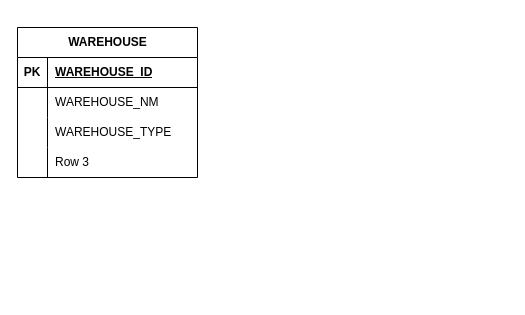
Before: Biểu đồ không có tiêu đề.drawio in HangthuyNgth/-WEBSITE-My_Wardrobe, a draw.io diagram. Source tidied: cells renumbered, new cells numbered last; positions are measured from the earlier drawing's top-left corner, leaving out a move shared by most shapes. Both pictures are drawn from the tidied source at 100%, with x=0, y=0 at pixel (17, 27).
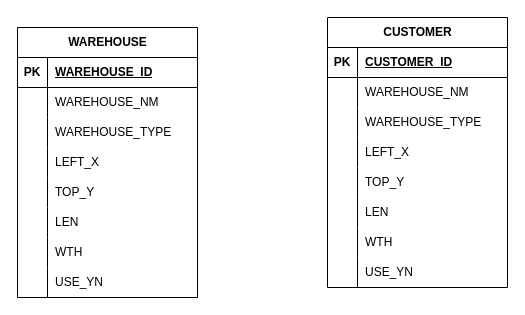
Above is the later version.

Commit message:
Cập nhật Biểu đồ không có tiêu đề.drawio

Unchanged cells that the change refers to:
```xml
<mxCell id="12" style="shape=tableRow;horizontal=0;startSize=0;swimlaneHead=0;swimlaneBody=0;fillColor=none;top=0;left=0;right=0;bottom=0;" parent="2" vertex="1">
  <mxGeometry y="120" width="180" height="30" as="geometry" />
</mxCell>
```

Diff of the diagram source:
```diff
@@
     <mxCell id="2" value="WAREHOUSE" style="shape=table;startSize=30;childLayout=tableLayout;rowLines=0;fontStyle=1;align=center;html=1;" parent="1" vertex="1">
-      <mxGeometry width="180" height="150" as="geometry" />
+      <mxGeometry width="180" height="270" as="geometry" />
     </mxCell>
@@
-    <mxCell id="14" value="Row 3" style="shape=partialRectangle;fillColor=none;top=0;left=0;bottom=0;right=0;align=left;spacingLeft=6;overflow=hidden;whiteSpace=wrap;html=1;" parent="12" vertex="1">
+    <mxCell id="14" value="LEFT_X" style="shape=partialRectangle;fillColor=none;top=0;left=0;bottom=0;right=0;align=left;spacingLeft=6;overflow=hidden;whiteSpace=wrap;html=1;" parent="12" vertex="1">
       <mxGeometry x="30" width="150" height="30" as="geometry" />
     </mxCell>
+    <mxCell id="15" style="shape=tableRow;horizontal=0;startSize=0;swimlaneHead=0;swimlaneBody=0;fillColor=none;top=0;left=0;right=0;bottom=0;" parent="2" vertex="1">
+      <mxGeometry y="150" width="180" height="30" as="geometry" />
+    </mxCell>
+    <mxCell id="16" style="shape=partialRectangle;fillColor=none;top=0;left=0;bottom=0;right=0;overflow=hidden;whiteSpace=wrap;html=1;" parent="15" vertex="1">
+      <mxGeometry width="30" height="30" as="geometry" />
+    </mxCell>
+    <mxCell id="17" value="TOP_Y" style="shape=partialRectangle;fillColor=none;top=0;left=0;bottom=0;right=0;align=left;spacingLeft=6;overflow=hidden;whiteSpace=wrap;html=1;" parent="15" vertex="1">
+      <mxGeometry x="30" width="150" height="30" as="geometry" />
+    </mxCell>
+    <mxCell id="18" style="shape=tableRow;horizontal=0;startSize=0;swimlaneHead=0;swimlaneBody=0;fillColor=none;top=0;left=0;right=0;bottom=0;" parent="2" vertex="1">
+      <mxGeometry y="180" width="180" height="30" as="geometry" />
+    </mxCell>
+    <mxCell id="19" style="shape=partialRectangle;fillColor=none;top=0;left=0;bottom=0;right=0;overflow=hidden;whiteSpace=wrap;html=1;" parent="18" vertex="1">
+      <mxGeometry width="30" height="30" as="geometry" />
+    </mxCell>
+    <mxCell id="20" value="LEN" style="shape=partialRectangle;fillColor=none;top=0;left=0;bottom=0;right=0;align=left;spacingLeft=6;overflow=hidden;whiteSpace=wrap;html=1;" parent="18" vertex="1">
+      <mxGeometry x="30" width="150" height="30" as="geometry" />
+    </mxCell>
+    <mxCell id="21" style="shape=tableRow;horizontal=0;startSize=0;swimlaneHead=0;swimlaneBody=0;fillColor=none;top=0;left=0;right=0;bottom=0;" parent="2" vertex="1">
+      <mxGeometry y="210" width="180" height="30" as="geometry" />
+    </mxCell>
+    <mxCell id="22" style="shape=partialRectangle;fillColor=none;top=0;left=0;bottom=0;right=0;overflow=hidden;whiteSpace=wrap;html=1;" parent="21" vertex="1">
+      <mxGeometry width="30" height="30" as="geometry" />
+    </mxCell>
+    <mxCell id="23" value="WTH" style="shape=partialRectangle;fillColor=none;top=0;left=0;bottom=0;right=0;align=left;spacingLeft=6;overflow=hidden;whiteSpace=wrap;html=1;" parent="21" vertex="1">
+      <mxGeometry x="30" width="150" height="30" as="geometry" />
+    </mxCell>
+    <mxCell id="24" style="shape=tableRow;horizontal=0;startSize=0;swimlaneHead=0;swimlaneBody=0;fillColor=none;top=0;left=0;right=0;bottom=0;" parent="2" vertex="1">
+      <mxGeometry y="240" width="180" height="30" as="geometry" />
+    </mxCell>
+    <mxCell id="25" style="shape=partialRectangle;fillColor=none;top=0;left=0;bottom=0;right=0;overflow=hidden;whiteSpace=wrap;html=1;" parent="24" vertex="1">
+      <mxGeometry width="30" height="30" as="geometry" />
+    </mxCell>
+    <mxCell id="26" value="USE_YN" style="shape=partialRectangle;fillColor=none;top=0;left=0;bottom=0;right=0;align=left;spacingLeft=6;overflow=hidden;whiteSpace=wrap;html=1;" parent="24" vertex="1">
+      <mxGeometry x="30" width="150" height="30" as="geometry" />
+    </mxCell>
+    <mxCell id="27" value="CUSTOMER" style="shape=table;startSize=30;childLayout=tableLayout;rowLines=0;fontStyle=1;align=center;html=1;" parent="1" vertex="1">
+      <mxGeometry x="310" y="-10" width="180" height="270" as="geometry" />
+    </mxCell>
+    <mxCell id="28" style="shape=tableRow;horizontal=0;startSize=0;swimlaneHead=0;swimlaneBody=0;fillColor=none;top=0;left=0;right=0;bottom=1;" parent="27" vertex="1">
+      <mxGeometry y="30" width="180" height="30" as="geometry" />
+    </mxCell>
+    <mxCell id="29" value="PK" style="shape=partialRectangle;fillColor=none;top=0;left=0;bottom=0;right=0;fontStyle=1;overflow=hidden;whiteSpace=wrap;html=1;" parent="28" vertex="1">
+      <mxGeometry width="30" height="30" as="geometry" />
+    </mxCell>
+    <mxCell id="30" value="&lt;span style=&quot;text-align: center; white-space: nowrap;&quot;&gt;CUSTOMER&lt;/span&gt;_ID" style="shape=partialRectangle;fillColor=none;top=0;left=0;bottom=0;right=0;align=left;spacingLeft=6;fontStyle=5;overflow=hidden;whiteSpace=wrap;html=1;" parent="28" vertex="1">
+      <mxGeometry x="30" width="150" height="30" as="geometry" />
+    </mxCell>
+    <mxCell id="31" style="shape=tableRow;horizontal=0;startSize=0;swimlaneHead=0;swimlaneBody=0;fillColor=none;top=0;left=0;right=0;bottom=0;" parent="27" vertex="1">
+      <mxGeometry y="60" width="180" height="30" as="geometry" />
+    </mxCell>
+    <mxCell id="32" style="shape=partialRectangle;fillColor=none;top=0;left=0;bottom=0;right=0;overflow=hidden;whiteSpace=wrap;html=1;" parent="31" vertex="1">
+      <mxGeometry width="30" height="30" as="geometry" />
+    </mxCell>
+    <mxCell id="33" value="&lt;span style=&quot;text-align: center; white-space: nowrap;&quot;&gt;WAREHOUSE&lt;/span&gt;_NM" style="shape=partialRectangle;fillColor=none;top=0;left=0;bottom=0;right=0;align=left;spacingLeft=6;overflow=hidden;whiteSpace=wrap;html=1;" parent="31" vertex="1">
+      <mxGeometry x="30" width="150" height="30" as="geometry" />
+    </mxCell>
+    <mxCell id="34" style="shape=tableRow;horizontal=0;startSize=0;swimlaneHead=0;swimlaneBody=0;fillColor=none;top=0;left=0;right=0;bottom=0;" parent="27" vertex="1">
+      <mxGeometry y="90" width="180" height="30" as="geometry" />
+    </mxCell>
+    <mxCell id="35" style="shape=partialRectangle;fillColor=none;top=0;left=0;bottom=0;right=0;overflow=hidden;whiteSpace=wrap;html=1;" parent="34" vertex="1">
+      <mxGeometry width="30" height="30" as="geometry" />
+    </mxCell>
+    <mxCell id="36" value="&lt;div style=&quot;text-align: center;&quot;&gt;&lt;span style=&quot;background-color: transparent; color: light-dark(rgb(0, 0, 0), rgb(255, 255, 255)); text-wrap-mode: nowrap;&quot;&gt;WAREHOUSE_TYPE&lt;/span&gt;&lt;/div&gt;" style="shape=partialRectangle;fillColor=none;top=0;left=0;bottom=0;right=0;align=left;spacingLeft=6;overflow=hidden;whiteSpace=wrap;html=1;" parent="34" vertex="1">
+      <mxGeometry x="30" width="150" height="30" as="geometry" />
+    </mxCell>
+    <mxCell id="37" style="shape=tableRow;horizontal=0;startSize=0;swimlaneHead=0;swimlaneBody=0;fillColor=none;top=0;left=0;right=0;bottom=0;" parent="27" vertex="1">
+      <mxGeometry y="120" width="180" height="30" as="geometry" />
+    </mxCell>
+    <mxCell id="38" style="shape=partialRectangle;fillColor=none;top=0;left=0;bottom=0;right=0;overflow=hidden;whiteSpace=wrap;html=1;" parent="37" vertex="1">
+      <mxGeometry width="30" height="30" as="geometry" />
+    </mxCell>
+    <mxCell id="39" value="LEFT_X" style="shape=partialRectangle;fillColor=none;top=0;left=0;bottom=0;right=0;align=left;spacingLeft=6;overflow=hidden;whiteSpace=wrap;html=1;" parent="37" vertex="1">
+      <mxGeometry x="30" width="150" height="30" as="geometry" />
+    </mxCell>
+    <mxCell id="40" style="shape=tableRow;horizontal=0;startSize=0;swimlaneHead=0;swimlaneBody=0;fillColor=none;top=0;left=0;right=0;bottom=0;" parent="27" vertex="1">
+      <mxGeometry y="150" width="180" height="30" as="geometry" />
+    </mxCell>
+    <mxCell id="41" style="shape=partialRectangle;fillColor=none;top=0;left=0;bottom=0;right=0;overflow=hidden;whiteSpace=wrap;html=1;" parent="40" vertex="1">
+      <mxGeometry width="30" height="30" as="geometry" />
+    </mxCell>
+    <mxCell id="42" value="TOP_Y" style="shape=partialRectangle;fillColor=none;top=0;left=0;bottom=0;right=0;align=left;spacingLeft=6;overflow=hidden;whiteSpace=wrap;html=1;" parent="40" vertex="1">
+      <mxGeometry x="30" width="150" height="30" as="geometry" />
+    </mxCell>
+    <mxCell id="43" style="shape=tableRow;horizontal=0;startSize=0;swimlaneHead=0;swimlaneBody=0;fillColor=none;top=0;left=0;right=0;bottom=0;" parent="27" vertex="1">
+      <mxGeometry y="180" width="180" height="30" as="geometry" />
+    </mxCell>
+    <mxCell id="44" style="shape=partialRectangle;fillColor=none;top=0;left=0;bottom=0;right=0;overflow=hidden;whiteSpace=wrap;html=1;" parent="43" vertex="1">
+      <mxGeometry width="30" height="30" as="geometry" />
+    </mxCell>
+    <mxCell id="45" value="LEN" style="shape=partialRectangle;fillColor=none;top=0;left=0;bottom=0;right=0;align=left;spacingLeft=6;overflow=hidden;whiteSpace=wrap;html=1;" parent="43" vertex="1">
+      <mxGeometry x="30" width="150" height="30" as="geometry" />
+    </mxCell>
+    <mxCell id="46" style="shape=tableRow;horizontal=0;startSize=0;swimlaneHead=0;swimlaneBody=0;fillColor=none;top=0;left=0;right=0;bottom=0;" parent="27" vertex="1">
+      <mxGeometry y="210" width="180" height="30" as="geometry" />
+    </mxCell>
+    <mxCell id="47" style="shape=partialRectangle;fillColor=none;top=0;left=0;bottom=0;right=0;overflow=hidden;whiteSpace=wrap;html=1;" parent="46" vertex="1">
+      <mxGeometry width="30" height="30" as="geometry" />
+    </mxCell>
+    <mxCell id="48" value="WTH" style="shape=partialRectangle;fillColor=none;top=0;left=0;bottom=0;right=0;align=left;spacingLeft=6;overflow=hidden;whiteSpace=wrap;html=1;" parent="46" vertex="1">
+      <mxGeometry x="30" width="150" height="30" as="geometry" />
+    </mxCell>
+    <mxCell id="49" style="shape=tableRow;horizontal=0;startSize=0;swimlaneHead=0;swimlaneBody=0;fillColor=none;top=0;left=0;right=0;bottom=0;" parent="27" vertex="1">
+      <mxGeometry y="240" width="180" height="30" as="geometry" />
+    </mxCell>
+    <mxCell id="50" style="shape=partialRectangle;fillColor=none;top=0;left=0;bottom=0;right=0;overflow=hidden;whiteSpace=wrap;html=1;" parent="49" vertex="1">
+      <mxGeometry width="30" height="30" as="geometry" />
+    </mxCell>
+    <mxCell id="51" value="USE_YN" style="shape=partialRectangle;fillColor=none;top=0;left=0;bottom=0;right=0;align=left;spacingLeft=6;overflow=hidden;whiteSpace=wrap;html=1;" parent="49" vertex="1">
+      <mxGeometry x="30" width="150" height="30" as="geometry" />
+    </mxCell>
```
